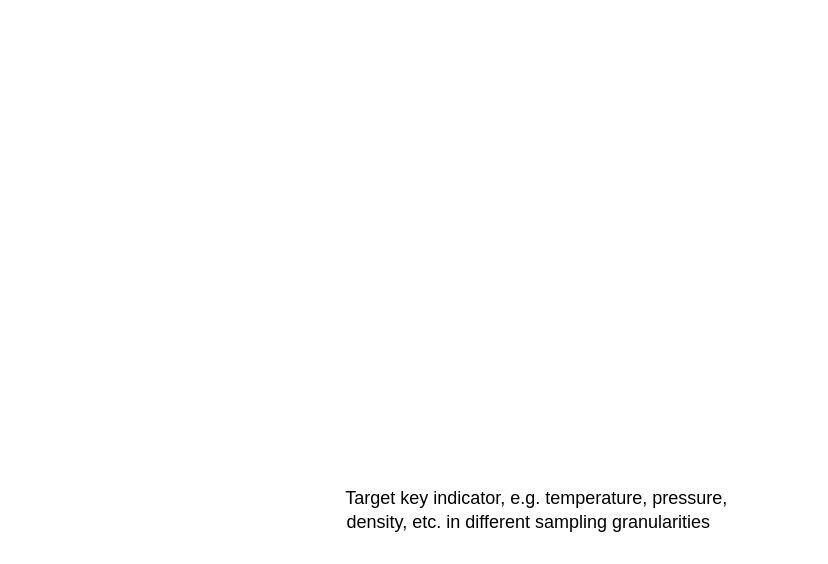
LiLiJacky/graphData keeps this draw.io diagram as 整体系统架构.drawio. Above is the earlier version. Source tidied: cells renumbered, new cells numbered last; positions are measured from the earlier drawing's top-left corner, leaving out a move shared by most shapes. Both pictures are drawn from the tidied source at 150%, with x=0, y=0 at pixel (334, 488).
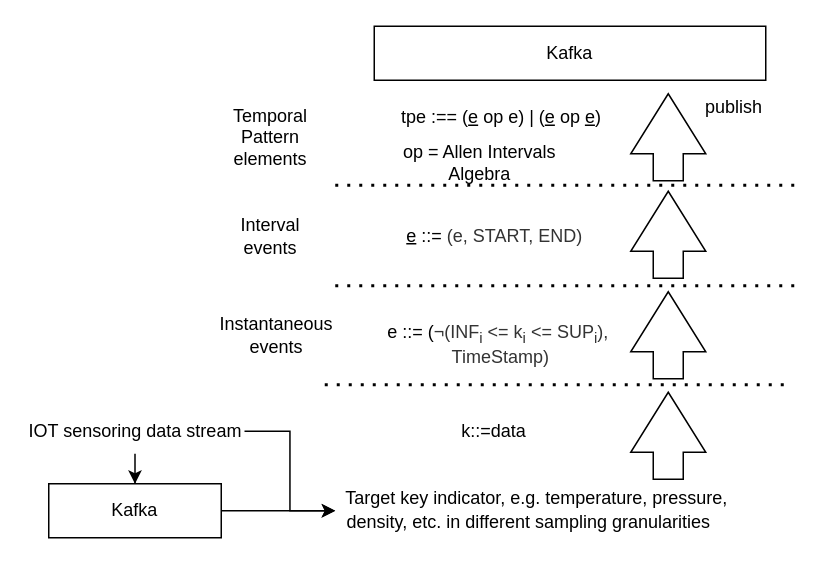
The same diagram, later.

Commit message (it also covers changes not shown here):
更新整体系统架构.drawio

The change refers to these unchanged cells:
```xml
<mxCell id="2" value="Target key indicator, e.g. temperature, pressure, density, etc. in different sampling granularities&lt;span style=&quot;color: rgb(77, 81, 86); font-family: arial, sans-serif; font-size: 14px; text-align: left;&quot;&gt;&amp;nbsp;&lt;/span&gt;&amp;nbsp;&amp;nbsp;" style="text;html=1;strokeColor=none;fillColor=none;align=center;verticalAlign=middle;whiteSpace=wrap;rounded=0;" parent="1" vertex="1">
  <mxGeometry width="269" height="30" as="geometry" />
</mxCell>
```

Change to the diagram source:
```diff
@@
+    <mxCell id="3" style="html=1;shadow=0;dashed=0;align=center;verticalAlign=middle;shape=mxgraph.arrows2.arrow;dy=0.6;dx=40;direction=north;notch=0;" parent="1" vertex="1">
+      <mxGeometry x="197" y="-64" width="50" height="58" as="geometry" />
+    </mxCell>
+    <mxCell id="4" value="k::=data" style="text;html=1;strokeColor=none;fillColor=none;align=center;verticalAlign=middle;whiteSpace=wrap;rounded=0;" parent="1" vertex="1">
+      <mxGeometry x="40" y="-53" width="132" height="30" as="geometry" />
+    </mxCell>
+    <mxCell id="5" style="endArrow=none;dashed=1;html=1;dashPattern=1 3;strokeWidth=2;rounded=0;" parent="1" edge="1">
+      <mxGeometry relative="1" as="geometry">
+        <mxPoint x="-7" y="-69" as="sourcePoint" />
+        <mxPoint x="302" y="-69" as="targetPoint" />
+      </mxGeometry>
+    </mxCell>
+    <mxCell id="6" value="Instantaneous events" style="text;html=1;strokeColor=none;fillColor=none;align=center;verticalAlign=middle;whiteSpace=wrap;rounded=0;" parent="1" vertex="1">
+      <mxGeometry x="-69" y="-117" width="60" height="30" as="geometry" />
+    </mxCell>
+    <mxCell id="7" value="e ::= (&lt;span style=&quot;color: rgb(51, 51, 51); text-align: start;&quot;&gt;&lt;font style=&quot;font-size: 12px;&quot; face=&quot;Helvetica&quot;&gt;¬(INF&lt;sub&gt;i&lt;/sub&gt; &amp;lt;= k&lt;sub&gt;i&lt;/sub&gt; &amp;lt;= SUP&lt;sub&gt;i&lt;/sub&gt;),&amp;nbsp; TimeStamp)&lt;/font&gt;&lt;/span&gt;" style="text;html=1;strokeColor=none;fillColor=none;align=center;verticalAlign=middle;whiteSpace=wrap;rounded=0;" parent="1" vertex="1">
+      <mxGeometry x="30" y="-111" width="161" height="30" as="geometry" />
+    </mxCell>
+    <mxCell id="8" style="html=1;shadow=0;dashed=0;align=center;verticalAlign=middle;shape=mxgraph.arrows2.arrow;dy=0.6;dx=40;direction=north;notch=0;" parent="1" vertex="1">
+      <mxGeometry x="197" y="-131" width="50" height="58" as="geometry" />
+    </mxCell>
+    <mxCell id="9" style="endArrow=none;dashed=1;html=1;dashPattern=1 3;strokeWidth=2;rounded=0;" parent="1" edge="1">
+      <mxGeometry relative="1" as="geometry">
+        <mxPoint y="-135" as="sourcePoint" />
+        <mxPoint x="309" y="-135" as="targetPoint" />
+      </mxGeometry>
+    </mxCell>
+    <mxCell id="10" value="Interval events" style="text;html=1;strokeColor=none;fillColor=none;align=center;verticalAlign=middle;whiteSpace=wrap;rounded=0;" parent="1" vertex="1">
+      <mxGeometry x="-73" y="-183" width="60" height="30" as="geometry" />
+    </mxCell>
+    <mxCell id="11" value="&lt;u&gt;e&lt;/u&gt;&amp;nbsp;::=&amp;nbsp;&lt;span style=&quot;color: rgb(51, 51, 51); text-align: start;&quot;&gt;&lt;font face=&quot;Helvetica&quot; style=&quot;font-size: 12px;&quot;&gt;(e, START, END)&lt;/font&gt;&lt;/span&gt;" style="text;html=1;strokeColor=none;fillColor=none;align=center;verticalAlign=middle;whiteSpace=wrap;rounded=0;" parent="1" vertex="1">
+      <mxGeometry x="29.5" y="-183" width="153" height="30" as="geometry" />
+    </mxCell>
+    <mxCell id="12" style="html=1;shadow=0;dashed=0;align=center;verticalAlign=middle;shape=mxgraph.arrows2.arrow;dy=0.6;dx=40;direction=north;notch=0;" parent="1" vertex="1">
+      <mxGeometry x="197" y="-198" width="50" height="58" as="geometry" />
+    </mxCell>
+    <mxCell id="13" style="endArrow=none;dashed=1;html=1;dashPattern=1 3;strokeWidth=2;rounded=0;" parent="1" edge="1">
+      <mxGeometry relative="1" as="geometry">
+        <mxPoint y="-202" as="sourcePoint" />
+        <mxPoint x="309" y="-202" as="targetPoint" />
+      </mxGeometry>
+    </mxCell>
+    <mxCell id="14" value="Temporal&lt;br&gt;Pattern elements" style="text;html=1;strokeColor=none;fillColor=none;align=center;verticalAlign=middle;whiteSpace=wrap;rounded=0;" parent="1" vertex="1">
+      <mxGeometry x="-87" y="-249" width="88" height="30" as="geometry" />
+    </mxCell>
+    <mxCell id="15" value="op = Allen Intervals Algebra" style="text;html=1;strokeColor=none;fillColor=none;align=center;verticalAlign=middle;whiteSpace=wrap;rounded=0;" parent="1" vertex="1">
+      <mxGeometry x="40" y="-232" width="113" height="30" as="geometry" />
+    </mxCell>
+    <mxCell id="16" value="tpe :== (&lt;u&gt;e&lt;/u&gt;&amp;nbsp;op e) | (&lt;u style=&quot;border-color: var(--border-color);&quot;&gt;e&lt;/u&gt;&lt;span style=&quot;border-color: var(--border-color);&quot;&gt; op &lt;/span&gt;&lt;u style=&quot;border-color: var(--border-color);&quot;&gt;e&lt;/u&gt;)" style="text;html=1;strokeColor=none;fillColor=none;align=center;verticalAlign=middle;whiteSpace=wrap;rounded=0;" parent="1" vertex="1">
+      <mxGeometry x="36.5" y="-262" width="148" height="30" as="geometry" />
+    </mxCell>
+    <mxCell id="17" value="Kafka" style="rounded=0;whiteSpace=wrap;html=1;" parent="1" vertex="1">
+      <mxGeometry x="26" y="-308" width="261" height="36" as="geometry" />
+    </mxCell>
+    <mxCell id="18" style="html=1;shadow=0;dashed=0;align=center;verticalAlign=middle;shape=mxgraph.arrows2.arrow;dy=0.6;dx=40;direction=north;notch=0;" parent="1" vertex="1">
+      <mxGeometry x="197" y="-263" width="50" height="58" as="geometry" />
+    </mxCell>
+    <mxCell id="19" value="publish" style="text;html=1;strokeColor=none;fillColor=none;align=center;verticalAlign=middle;whiteSpace=wrap;rounded=0;" parent="1" vertex="1">
+      <mxGeometry x="236" y="-269" width="60" height="30" as="geometry" />
+    </mxCell>
+    <mxCell id="20" style="edgeStyle=orthogonalEdgeStyle;rounded=0;jettySize=auto;html=1;" parent="1" edge="1" source="21" target="2">
+      <mxGeometry relative="1" as="geometry" />
+    </mxCell>
+    <mxCell id="21" value="Kafka" style="rounded=0;whiteSpace=wrap;html=1;" parent="1" vertex="1">
+      <mxGeometry x="-191" y="-3" width="115" height="36" as="geometry" />
+    </mxCell>
+    <mxCell id="22" style="edgeStyle=orthogonalEdgeStyle;rounded=0;jettySize=auto;html=1;" parent="1" edge="1" source="24" target="21">
+      <mxGeometry relative="1" as="geometry" />
+    </mxCell>
+    <mxCell id="23" style="edgeStyle=orthogonalEdgeStyle;rounded=0;jettySize=auto;html=1;entryX=0;entryY=0.5;entryDx=0;entryDy=0;" parent="1" edge="1" source="24" target="2">
+      <mxGeometry relative="1" as="geometry" />
+    </mxCell>
+    <mxCell id="24" value="IOT sensoring data stream" style="text;html=1;strokeColor=none;fillColor=none;align=center;verticalAlign=middle;whiteSpace=wrap;rounded=0;" parent="1" vertex="1">
+      <mxGeometry x="-206.5" y="-53" width="146" height="30" as="geometry" />
+    </mxCell>
```
